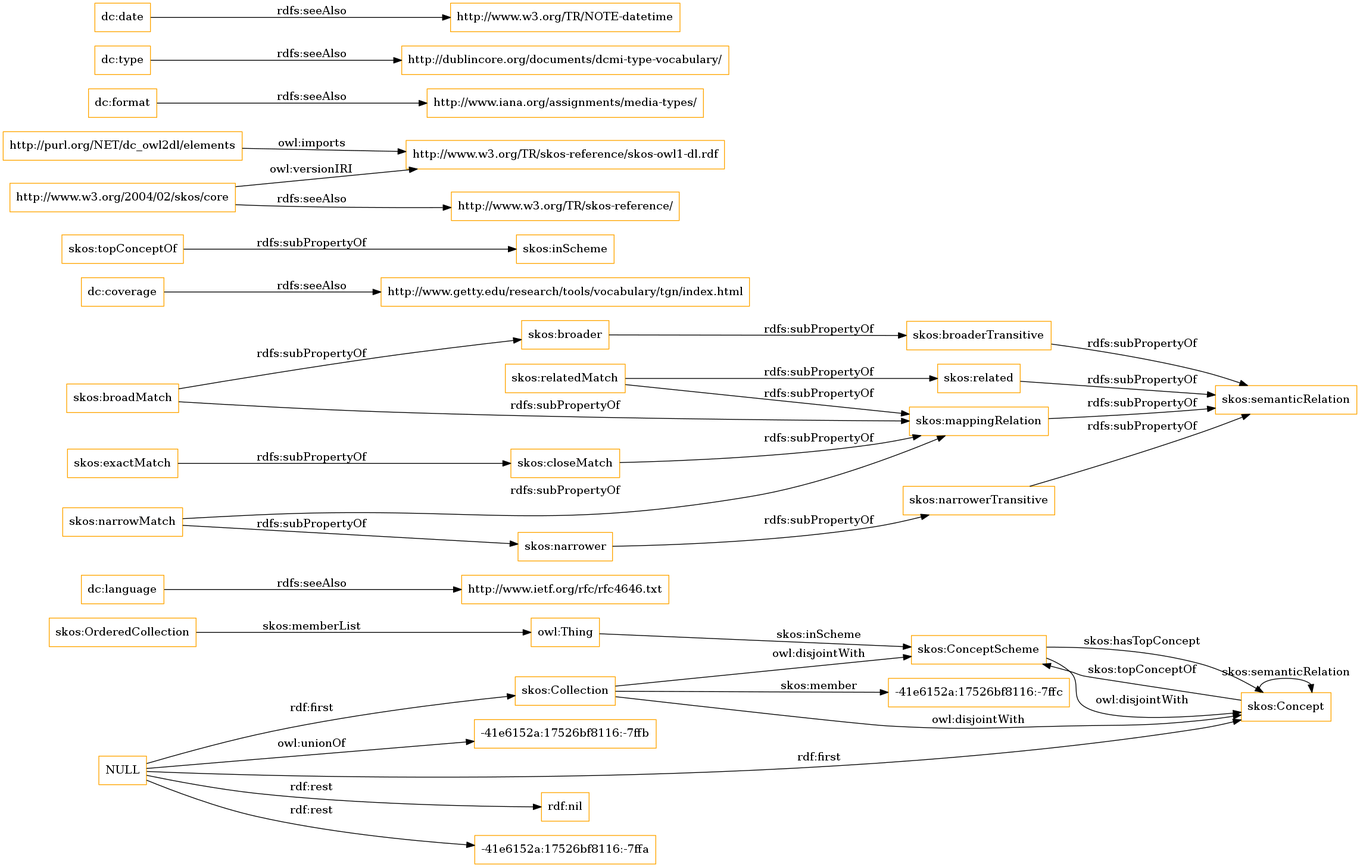
OnToologyUser/core-ontology-1 keeps this Graphviz diagram as OnToology/imports/elements.owl/diagrams/ar2dtool-class/elements.owl.png. Above is the earlier version. Its source is kept beside it as OnToology/imports/elements.owl/diagrams/ar2dtool-class/elements.owl.png.dot.
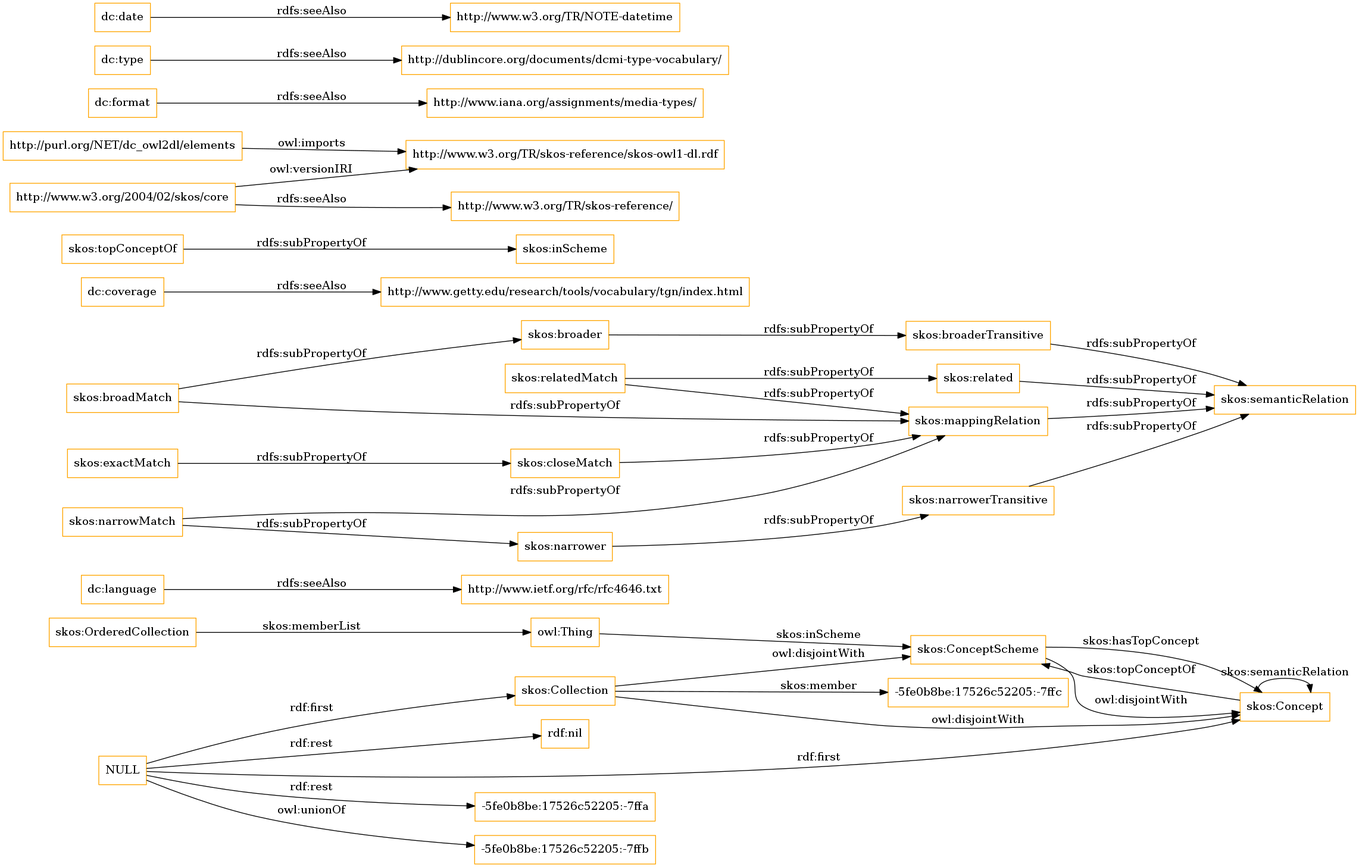
After the commit.

The edit, as a diff of the source:
```diff
@@ -1,13 +1,13 @@
 digraph ar2dtool_diagram {
 rankdir=LR;
 size="1501"
-node [shape = rectangle, color="orange"]; "-41e6152a:17526bf8116:-7ffc" "skos:OrderedCollection" "skos:Collection" "skos:ConceptScheme" "skos:Concept" ; /*classes style*/
+node [shape = rectangle, color="orange"]; "-5fe0b8be:17526c52205:-7ffc" "skos:OrderedCollection" "skos:Collection" "skos:ConceptScheme" "skos:Concept" ; /*classes style*/
 	"dc:language" -> "http://www.ietf.org/rfc/rfc4646.txt" [ label = "rdfs:seeAlso" ];
+	"NULL" -> "-5fe0b8be:17526c52205:-7ffa" [ label = "rdf:rest" ];
+	"NULL" -> "skos:Concept" [ label = "rdf:first" ];
+	"NULL" -> "-5fe0b8be:17526c52205:-7ffb" [ label = "owl:unionOf" ];
 	"NULL" -> "rdf:nil" [ label = "rdf:rest" ];
 	"NULL" -> "skos:Collection" [ label = "rdf:first" ];
-	"NULL" -> "-41e6152a:17526bf8116:-7ffa" [ label = "rdf:rest" ];
-	"NULL" -> "skos:Concept" [ label = "rdf:first" ];
-	"NULL" -> "-41e6152a:17526bf8116:-7ffb" [ label = "owl:unionOf" ];
 	"skos:closeMatch" -> "skos:mappingRelation" [ label = "rdfs:subPropertyOf" ];
 	"dc:coverage" -> "http://www.getty.edu/research/tools/vocabulary/tgn/index.html" [ label = "rdfs:seeAlso" ];
 	"skos:relatedMatch" -> "skos:related" [ label = "rdfs:subPropertyOf" ];
@@ -36,7 +36,7 @@
 	"skos:OrderedCollection" -> "owl:Thing" [ label = "skos:memberList" ];
 	"skos:Concept" -> "skos:ConceptScheme" [ label = "skos:topConceptOf" ];
 	"skos:Concept" -> "skos:Concept" [ label = "skos:semanticRelation" ];
-	"skos:Collection" -> "-41e6152a:17526bf8116:-7ffc" [ label = "skos:member" ];
+	"skos:Collection" -> "-5fe0b8be:17526c52205:-7ffc" [ label = "skos:member" ];
 	"skos:ConceptScheme" -> "skos:Concept" [ label = "skos:hasTopConcept" ];
 	"owl:Thing" -> "skos:ConceptScheme" [ label = "skos:inScheme" ];
 
```
